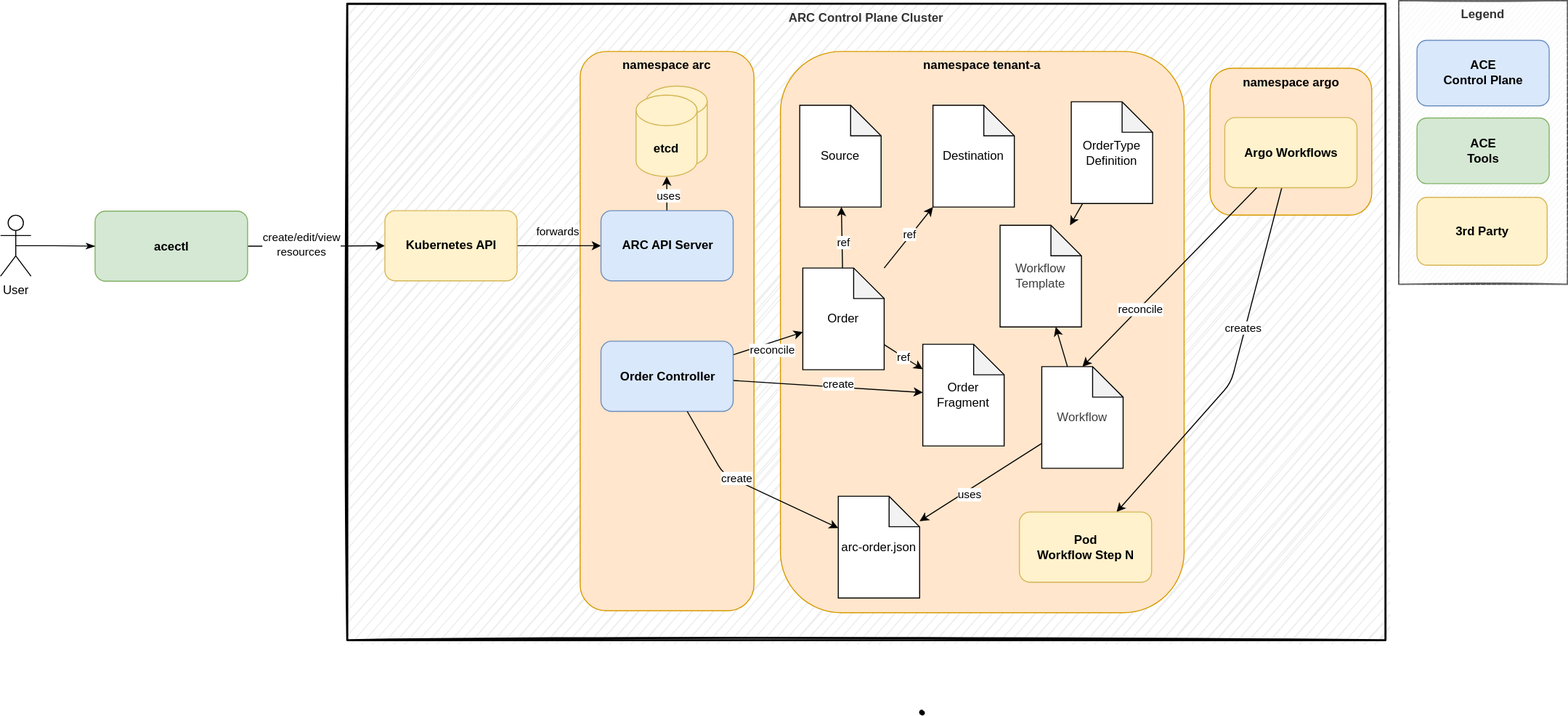
Before: docs/developer-guide/adrs/img/0-arc-architecture.drawio.svg, a diagram exported from draw.io (opendefensecloud/artifact-conduit). Source tidied: cells renumbered, new cells last; positions are measured from the earlier drawing's top-left corner, leaving out a move shared by most shapes. Source of this version:
```xml
<mxGraphModel background="#ffffff">
  <root>
    <mxCell id="0" />
    <mxCell id="1" parent="0" />
    <mxCell id="2" value="ARC Control Plane Cluster" style="rounded=0;whiteSpace=wrap;html=1;horizontal=1;verticalAlign=top;fontStyle=1;align=center;labelPosition=center;verticalLabelPosition=middle;strokeWidth=2;labelBackgroundColor=none;shadow=0;sketch=1;fillColor=#EDEDED;strokeColor=default;fontColor=#333333;fillStyle=hachure;" parent="1" vertex="1">
      <mxGeometry x="341" y="3" width="1021" height="626" as="geometry" />
    </mxCell>
    <mxCell id="3" value="namespace argo" style="rounded=1;whiteSpace=wrap;html=1;fillColor=#ffe6cc;strokeColor=#d79b00;verticalAlign=top;fontStyle=1;" parent="1" vertex="1">
      <mxGeometry x="1189.5" y="66.5" width="159" height="144.5" as="geometry" />
    </mxCell>
    <mxCell id="4" value="namespace tenant-a" style="rounded=1;whiteSpace=wrap;html=1;fillColor=#ffe6cc;strokeColor=#d79b00;verticalAlign=top;fontStyle=1;" parent="1" vertex="1">
      <mxGeometry x="767" y="50" width="397" height="552" as="geometry" />
    </mxCell>
    <mxCell id="5" value="namespace arc" style="rounded=1;whiteSpace=wrap;html=1;fillColor=#ffe6cc;strokeColor=#d79b00;verticalAlign=top;fontStyle=1;" parent="1" vertex="1">
      <mxGeometry x="570" y="50" width="171" height="550" as="geometry" />
    </mxCell>
    <mxCell id="6" style="edgeStyle=orthogonalEdgeStyle;jettySize=auto;html=1;entryX=0;entryY=0.5;entryDx=0;entryDy=0;" parent="1" edge="1" source="8" target="22">
      <mxGeometry relative="1" as="geometry" />
    </mxCell>
    <mxCell id="7" value="&lt;div&gt;create/edit/view&lt;/div&gt;&lt;div&gt;resources&lt;/div&gt;" style="edgeLabel;html=1;align=center;verticalAlign=middle;" parent="6" vertex="1">
      <mxGeometry x="-0.23" y="3" relative="1" as="geometry">
        <mxPoint y="1" as="offset" />
      </mxGeometry>
    </mxCell>
    <mxCell id="8" value="&lt;div&gt;acectl&lt;/div&gt;" style="html=1;align=center;fillColor=#d5e8d4;strokeColor=#82b366;fontStyle=1;rounded=1;" parent="1" vertex="1">
      <mxGeometry x="93" y="207" width="150" height="69" as="geometry" />
    </mxCell>
    <mxCell id="9" style="edgeStyle=orthogonalEdgeStyle;orthogonalLoop=1;jettySize=auto;html=1;entryX=0;entryY=0.5;entryDx=0;entryDy=0;" parent="1" edge="1">
      <mxGeometry relative="1" as="geometry">
        <mxPoint x="1240" y="641.9" as="sourcePoint" />
      </mxGeometry>
    </mxCell>
    <mxCell id="10" style="edgeStyle=orthogonalEdgeStyle;jettySize=auto;html=1;entryX=0;entryY=0.5;entryDx=0;entryDy=0;endArrow=classicThin;endFill=1;exitX=0.5;exitY=0.5;exitDx=0;exitDy=0;exitPerimeter=0;" parent="1" edge="1" source="11" target="8">
      <mxGeometry relative="1" as="geometry" />
    </mxCell>
    <mxCell id="11" value="User" style="shape=umlActor;verticalLabelPosition=bottom;labelBackgroundColor=#ffffff;verticalAlign=top;html=1;align=center;rounded=1;" parent="1" vertex="1">
      <mxGeometry y="211.1" width="30" height="60" as="geometry" />
    </mxCell>
    <mxCell id="12" style="edgeStyle=orthogonalEdgeStyle;jumpStyle=arc;orthogonalLoop=1;jettySize=auto;html=1;exitX=0.5;exitY=0;exitDx=0;exitDy=0;entryX=0;entryY=0.5;entryDx=0;entryDy=0;entryPerimeter=0;endArrow=none;endFill=0;dashed=1;" parent="1" edge="1">
      <mxGeometry relative="1" as="geometry">
        <mxPoint x="881" y="451" as="sourcePoint" />
      </mxGeometry>
    </mxCell>
    <mxCell id="13" value="CRUD" style="edgeLabel;html=1;align=center;verticalAlign=middle;rounded=1;" parent="12" vertex="1">
      <mxGeometry x="-0.61" y="-2" relative="1" as="geometry" />
    </mxCell>
    <mxCell id="14" style="edgeStyle=orthogonalEdgeStyle;jumpStyle=arc;orthogonalLoop=1;jettySize=auto;html=1;entryX=0.5;entryY=0;entryDx=0;entryDy=0;dashed=1;endArrow=none;endFill=0;" parent="1" edge="1">
      <mxGeometry relative="1" as="geometry">
        <mxPoint x="1057" y="369" as="sourcePoint" />
        <Array as="points">
          <mxPoint x="1092" y="369" />
        </Array>
      </mxGeometry>
    </mxCell>
    <mxCell id="15" value="consumes" style="edgeLabel;html=1;align=center;verticalAlign=middle;rounded=1;" parent="14" vertex="1">
      <mxGeometry x="0.55" y="-1" relative="1" as="geometry" />
    </mxCell>
    <mxCell id="16" style="edgeStyle=orthogonalEdgeStyle;jumpStyle=none;orthogonalLoop=1;jettySize=auto;html=1;entryX=0;entryY=0.5;entryDx=0;entryDy=0;endArrow=classic;endFill=1;" parent="1" edge="1">
      <mxGeometry relative="1" as="geometry">
        <mxPoint x="1240" y="375.9" as="sourcePoint" />
      </mxGeometry>
    </mxCell>
    <mxCell id="17" style="edgeStyle=orthogonalEdgeStyle;orthogonalLoop=1;jettySize=auto;html=1;entryX=0;entryY=0.5;entryDx=0;entryDy=0;" parent="1" edge="1">
      <mxGeometry relative="1" as="geometry">
        <mxPoint x="1240" y="460.9" as="sourcePoint" />
      </mxGeometry>
    </mxCell>
    <mxCell id="18" style="edgeStyle=orthogonalEdgeStyle;orthogonalLoop=1;jettySize=auto;html=1;entryX=0;entryY=0.5;entryDx=0;entryDy=0;" parent="1" edge="1">
      <mxGeometry relative="1" as="geometry">
        <mxPoint x="1240" y="550.9" as="sourcePoint" />
      </mxGeometry>
    </mxCell>
    <mxCell id="19" style="edgeStyle=orthogonalEdgeStyle;shape=connector;rounded=1;jumpStyle=arc;orthogonalLoop=1;jettySize=auto;html=1;labelBackgroundColor=default;fontFamily=Helvetica;fontSize=11;fontColor=default;endArrow=classic;strokeColor=default;" parent="1" edge="1">
      <mxGeometry relative="1" as="geometry">
        <mxPoint x="814" y="514.6" as="sourcePoint" />
      </mxGeometry>
    </mxCell>
    <mxCell id="20" style="edgeStyle=orthogonalEdgeStyle;rounded=0;jettySize=auto;html=1;" parent="1" edge="1" source="22" target="46">
      <mxGeometry relative="1" as="geometry" />
    </mxCell>
    <mxCell id="21" value="forwards" style="edgeLabel;html=1;align=center;verticalAlign=middle;" parent="20" vertex="1">
      <mxGeometry x="-0.38" y="-2" relative="1" as="geometry">
        <mxPoint x="14" y="-17" as="offset" />
      </mxGeometry>
    </mxCell>
    <mxCell id="22" value="&lt;div&gt;Kubernetes API&lt;/div&gt;" style="html=1;align=center;fillColor=#fff2cc;strokeColor=#d6b656;fontStyle=1;rounded=1;" parent="1" vertex="1">
      <mxGeometry x="378" y="206.6" width="130" height="69" as="geometry" />
    </mxCell>
    <mxCell id="23" style="edgeStyle=orthogonalEdgeStyle;rounded=0;orthogonalLoop=1;jettySize=auto;html=1;exitX=0.5;exitY=1;exitDx=0;exitDy=0;" parent="1" edge="1" source="2" target="2">
      <mxGeometry relative="1" as="geometry" />
    </mxCell>
    <mxCell id="24" style="group;fillColor=none;strokeColor=default;" parent="1" vertex="1">
      <mxGeometry x="1375" width="166" height="279" as="geometry" />
    </mxCell>
    <mxCell id="25" value="Legend" style="whiteSpace=wrap;html=1;verticalAlign=top;align=center;fontStyle=1;glass=0;shadow=0;rounded=0;sketch=1;fillColor=#f5f5f5;strokeColor=#666666;fontColor=#333333;" parent="24" vertex="1">
      <mxGeometry width="166" height="279" as="geometry" />
    </mxCell>
    <mxCell id="26" value="3rd Party" style="html=1;align=center;fillColor=#fff2cc;strokeColor=#d6b656;fontStyle=1;rounded=1;" parent="24" vertex="1">
      <mxGeometry x="18" y="193.5" width="128" height="66.8" as="geometry" />
    </mxCell>
    <mxCell id="27" value="&lt;div&gt;ACE&lt;/div&gt;&lt;div&gt;Tools&lt;br&gt;&lt;/div&gt;" style="html=1;align=center;fillColor=#d5e8d4;strokeColor=#82b366;fontStyle=1;rounded=1;" parent="24" vertex="1">
      <mxGeometry x="18" y="115.5" width="130" height="64.5" as="geometry" />
    </mxCell>
    <mxCell id="28" value="&lt;div&gt;ACE&lt;br&gt;&lt;/div&gt;&lt;div&gt;Control Plane&lt;/div&gt;" style="html=1;align=center;fillColor=#dae8fc;strokeColor=#6c8ebf;fontStyle=1;rounded=1;" parent="24" vertex="1">
      <mxGeometry x="18" y="39" width="130" height="64.5" as="geometry" />
    </mxCell>
    <mxCell id="29" style="edgeStyle=orthogonalEdgeStyle;rounded=0;orthogonalLoop=1;jettySize=auto;html=1;exitX=0.5;exitY=1;exitDx=0;exitDy=0;" parent="24" edge="1" source="27" target="27">
      <mxGeometry x="-501" y="-91" as="geometry" />
    </mxCell>
    <mxCell id="30" style="edgeStyle=none;html=1;" parent="1" edge="1" source="34" target="43">
      <mxGeometry relative="1" as="geometry" />
    </mxCell>
    <mxCell id="31" value="reconcile" style="edgeLabel;html=1;align=center;verticalAlign=middle;" parent="30" vertex="1">
      <mxGeometry x="-0.46" y="-3" relative="1" as="geometry">
        <mxPoint x="19" y="-2" as="offset" />
      </mxGeometry>
    </mxCell>
    <mxCell id="32" style="edgeStyle=none;html=1;" parent="1" edge="1" source="34" target="67">
      <mxGeometry relative="1" as="geometry" />
    </mxCell>
    <mxCell id="33" value="create" style="edgeLabel;html=1;align=center;verticalAlign=middle;" parent="32" vertex="1">
      <mxGeometry x="0.11" y="4" relative="1" as="geometry" />
    </mxCell>
    <mxCell id="34" value="&lt;div&gt;Order Controller&lt;/div&gt;" style="html=1;align=center;fillColor=#dae8fc;strokeColor=#6c8ebf;fontStyle=1;rounded=1;" parent="1" vertex="1">
      <mxGeometry x="590.5" y="335" width="130" height="69" as="geometry" />
    </mxCell>
    <mxCell id="35" style="edgeStyle=none;html=1;" parent="1" edge="1" source="34" target="59">
      <mxGeometry relative="1" as="geometry">
        <Array as="points">
          <mxPoint x="711" y="466" />
        </Array>
      </mxGeometry>
    </mxCell>
    <mxCell id="36" value="create" style="edgeLabel;html=1;align=center;verticalAlign=middle;" parent="35" vertex="1">
      <mxGeometry x="-0.15" y="2" relative="1" as="geometry" />
    </mxCell>
    <mxCell id="37" style="edgeStyle=none;html=1;" parent="1" edge="1" source="43" target="50">
      <mxGeometry relative="1" as="geometry" />
    </mxCell>
    <mxCell id="38" value="ref" style="edgeLabel;html=1;align=center;verticalAlign=middle;" parent="37" vertex="1">
      <mxGeometry x="-0.18" y="-1" relative="1" as="geometry" />
    </mxCell>
    <mxCell id="39" style="edgeStyle=none;html=1;" parent="1" edge="1" source="43" target="51">
      <mxGeometry relative="1" as="geometry" />
    </mxCell>
    <mxCell id="40" value="ref" style="edgeLabel;html=1;align=center;verticalAlign=middle;" parent="39" vertex="1">
      <mxGeometry x="0.07" y="2" relative="1" as="geometry" />
    </mxCell>
    <mxCell id="41" style="edgeStyle=none;html=1;" parent="1" edge="1" source="43" target="67">
      <mxGeometry relative="1" as="geometry" />
    </mxCell>
    <mxCell id="42" value="ref" style="edgeLabel;html=1;align=center;verticalAlign=middle;" parent="41" vertex="1">
      <mxGeometry x="-0.01" relative="1" as="geometry" />
    </mxCell>
    <mxCell id="43" value="&lt;div&gt;Order&lt;/div&gt;" style="shape=note;whiteSpace=wrap;html=1;backgroundOutline=1;darkOpacity=0.05;" parent="1" vertex="1">
      <mxGeometry x="789" y="263" width="80" height="100" as="geometry" />
    </mxCell>
    <mxCell id="44" style="edgeStyle=none;html=1;" parent="1" edge="1" source="46" target="49">
      <mxGeometry relative="1" as="geometry" />
    </mxCell>
    <mxCell id="45" value="uses" style="edgeLabel;html=1;align=center;verticalAlign=middle;" parent="44" vertex="1">
      <mxGeometry x="-0.36" y="1" relative="1" as="geometry">
        <mxPoint x="2" y="-4" as="offset" />
      </mxGeometry>
    </mxCell>
    <mxCell id="46" value="&lt;div&gt;ARC API Server&lt;/div&gt;" style="html=1;align=center;fillColor=#dae8fc;strokeColor=#6c8ebf;fontStyle=1;rounded=1;" parent="1" vertex="1">
      <mxGeometry x="590.5" y="206.6" width="130" height="69" as="geometry" />
    </mxCell>
    <mxCell id="47" style="group;" parent="1" vertex="1">
      <mxGeometry x="625" y="84" width="70" height="89" as="geometry" />
    </mxCell>
    <mxCell id="48" value="etcd" style="shape=cylinder3;whiteSpace=wrap;html=1;boundedLbl=1;backgroundOutline=1;size=15;rounded=1;strokeColor=#d6b656;align=center;verticalAlign=middle;fontFamily=Helvetica;fontSize=12;fontColor=default;fontStyle=1;fillColor=#fff2cc;" parent="47" vertex="1">
      <mxGeometry x="10" width="60" height="80" as="geometry" />
    </mxCell>
    <mxCell id="49" value="etcd" style="shape=cylinder3;whiteSpace=wrap;html=1;boundedLbl=1;backgroundOutline=1;size=15;rounded=1;strokeColor=#d6b656;align=center;verticalAlign=middle;fontFamily=Helvetica;fontSize=12;fontColor=default;fontStyle=1;fillColor=#fff2cc;" parent="47" vertex="1">
      <mxGeometry y="9" width="60" height="80" as="geometry" />
    </mxCell>
    <mxCell id="50" value="&lt;div&gt;Source&lt;/div&gt;" style="shape=note;whiteSpace=wrap;html=1;backgroundOutline=1;darkOpacity=0.05;" parent="1" vertex="1">
      <mxGeometry x="786" y="103" width="80" height="100" as="geometry" />
    </mxCell>
    <mxCell id="51" value="&lt;div&gt;Destination&lt;/div&gt;" style="shape=note;whiteSpace=wrap;html=1;backgroundOutline=1;darkOpacity=0.05;" parent="1" vertex="1">
      <mxGeometry x="917" y="103" width="80" height="100" as="geometry" />
    </mxCell>
    <mxCell id="52" style="edgeStyle=none;html=1;" parent="1" edge="1" source="54" target="62">
      <mxGeometry relative="1" as="geometry">
        <Array as="points">
          <mxPoint x="1210" y="376" />
        </Array>
      </mxGeometry>
    </mxCell>
    <mxCell id="53" value="creates" style="edgeLabel;html=1;align=center;verticalAlign=middle;" parent="52" vertex="1">
      <mxGeometry x="-0.22" y="-3" relative="1" as="geometry" />
    </mxCell>
    <mxCell id="54" value="&lt;div&gt;Argo Workflows&lt;/div&gt;" style="html=1;align=center;fillColor=#fff2cc;strokeColor=#d6b656;fontStyle=1;rounded=1;" parent="1" vertex="1">
      <mxGeometry x="1204" y="115" width="130" height="69" as="geometry" />
    </mxCell>
    <mxCell id="55" style="edgeStyle=none;html=1;entryX=0.5;entryY=0;entryDx=0;entryDy=0;entryPerimeter=0;" parent="1" edge="1" source="54" target="65">
      <mxGeometry relative="1" as="geometry" />
    </mxCell>
    <mxCell id="56" value="reconcile" style="edgeLabel;html=1;align=center;verticalAlign=middle;" parent="55" vertex="1">
      <mxGeometry x="0.36" y="1" relative="1" as="geometry" />
    </mxCell>
    <mxCell id="57" style="edgeStyle=none;html=1;" parent="1" edge="1" source="58" target="63">
      <mxGeometry relative="1" as="geometry" />
    </mxCell>
    <mxCell id="58" value="&lt;div&gt;OrderType&lt;/div&gt;&lt;div&gt;Definition&lt;/div&gt;" style="shape=note;whiteSpace=wrap;html=1;backgroundOutline=1;darkOpacity=0.05;" parent="1" vertex="1">
      <mxGeometry x="1053" y="99.5" width="80" height="100" as="geometry" />
    </mxCell>
    <mxCell id="59" value="&lt;div&gt;arc-order.json&lt;/div&gt;" style="shape=note;whiteSpace=wrap;html=1;backgroundOutline=1;darkOpacity=0.05;" parent="1" vertex="1">
      <mxGeometry x="823.9" y="487.5" width="80" height="100" as="geometry" />
    </mxCell>
    <mxCell id="60" style="edgeStyle=none;html=1;" parent="1" edge="1" source="65" target="59">
      <mxGeometry relative="1" as="geometry" />
    </mxCell>
    <mxCell id="61" value="uses" style="edgeLabel;html=1;align=center;verticalAlign=middle;" parent="60" vertex="1">
      <mxGeometry x="0.22" y="4" relative="1" as="geometry" />
    </mxCell>
    <mxCell id="62" value="Pod&lt;div&gt;Workflow Step N&lt;/div&gt;" style="html=1;align=center;fillColor=#fff2cc;strokeColor=#d6b656;fontStyle=1;rounded=1;" parent="1" vertex="1">
      <mxGeometry x="1002" y="503" width="130" height="69" as="geometry" />
    </mxCell>
    <mxCell id="63" value="&lt;div&gt;&lt;span style=&quot;color: rgb(63, 63, 63); background-color: transparent;&quot;&gt;Workflow&lt;/span&gt;&lt;/div&gt;&lt;div&gt;&lt;span style=&quot;color: rgb(63, 63, 63); background-color: transparent;&quot;&gt;Template&lt;/span&gt;&lt;/div&gt;" style="shape=note;whiteSpace=wrap;html=1;backgroundOutline=1;darkOpacity=0.05;" parent="1" vertex="1">
      <mxGeometry x="983" y="221" width="80" height="100" as="geometry" />
    </mxCell>
    <mxCell id="64" style="edgeStyle=none;html=1;" parent="1" edge="1" source="65" target="63">
      <mxGeometry relative="1" as="geometry" />
    </mxCell>
    <mxCell id="65" value="&lt;div&gt;&lt;span style=&quot;color: rgb(63, 63, 63); background-color: transparent;&quot;&gt;Workflow&lt;/span&gt;&lt;/div&gt;" style="shape=note;whiteSpace=wrap;html=1;backgroundOutline=1;darkOpacity=0.05;" parent="1" vertex="1">
      <mxGeometry x="1024" y="360" width="80" height="100" as="geometry" />
    </mxCell>
    <mxCell id="66" style="shape=(stored shape, 640 characters);lineShape=1;strokeColor=default;" parent="1" vertex="1">
      <mxGeometry x="903.9" y="697.9" width="4.7" height="4.7" as="geometry" />
    </mxCell>
    <mxCell id="67" value="Order&lt;div&gt;Fragment&lt;/div&gt;" style="shape=note;whiteSpace=wrap;html=1;backgroundOutline=1;darkOpacity=0.05;" parent="1" vertex="1">
      <mxGeometry x="907" y="338" width="80" height="100" as="geometry" />
    </mxCell>
  </root>
</mxGraphModel>
```
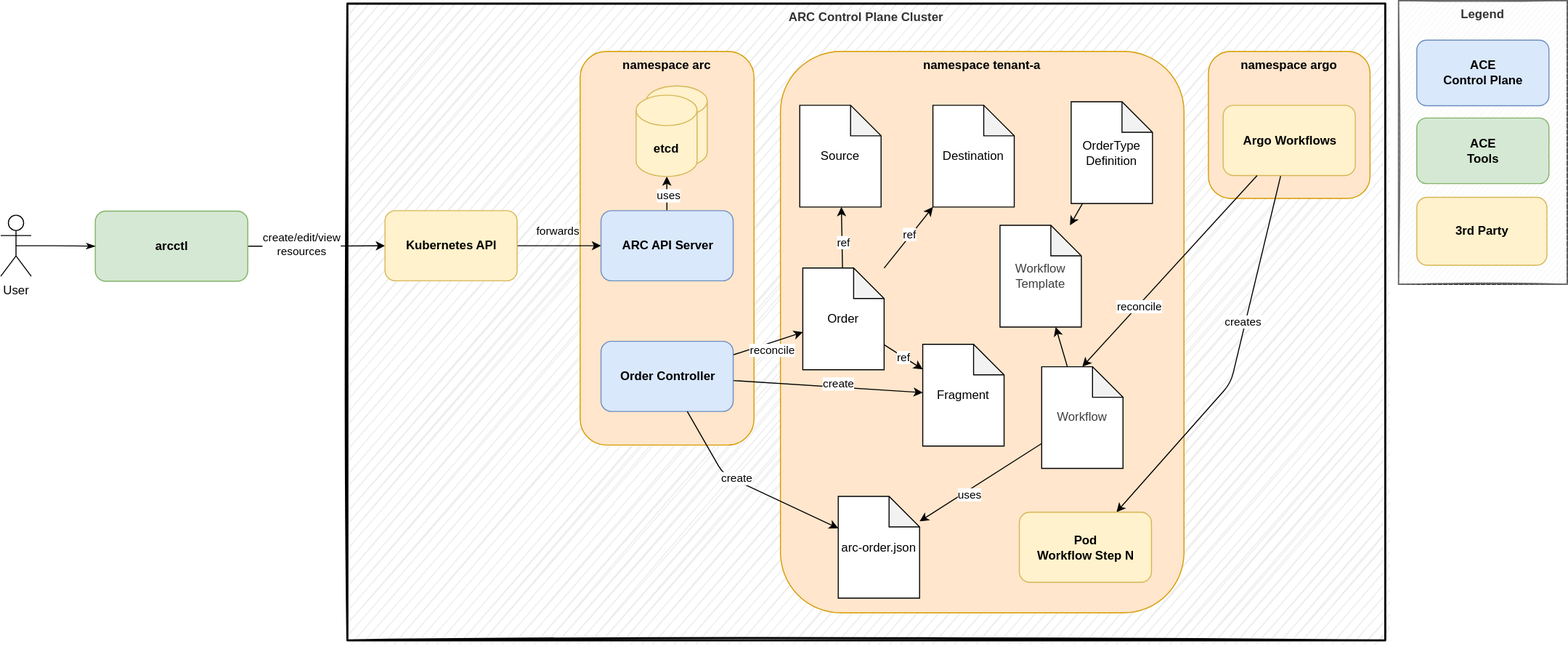
Above is the later version.

Commit message:
add diagram of considered flavors and enrich docs

What changed in the source:
```diff
@@ -6,13 +6,13 @@
       <mxGeometry x="341" y="3" width="1021" height="626" as="geometry" />
     </mxCell>
     <mxCell id="3" value="namespace argo" style="rounded=1;whiteSpace=wrap;html=1;fillColor=#ffe6cc;strokeColor=#d79b00;verticalAlign=top;fontStyle=1;" parent="1" vertex="1">
-      <mxGeometry x="1189.5" y="66.5" width="159" height="144.5" as="geometry" />
+      <mxGeometry x="1188" y="50" width="159" height="144.5" as="geometry" />
     </mxCell>
     <mxCell id="4" value="namespace tenant-a" style="rounded=1;whiteSpace=wrap;html=1;fillColor=#ffe6cc;strokeColor=#d79b00;verticalAlign=top;fontStyle=1;" parent="1" vertex="1">
       <mxGeometry x="767" y="50" width="397" height="552" as="geometry" />
     </mxCell>
     <mxCell id="5" value="namespace arc" style="rounded=1;whiteSpace=wrap;html=1;fillColor=#ffe6cc;strokeColor=#d79b00;verticalAlign=top;fontStyle=1;" parent="1" vertex="1">
-      <mxGeometry x="570" y="50" width="171" height="550" as="geometry" />
+      <mxGeometry x="570" y="50" width="171" height="387" as="geometry" />
     </mxCell>
     <mxCell id="6" style="edgeStyle=orthogonalEdgeStyle;jettySize=auto;html=1;entryX=0;entryY=0.5;entryDx=0;entryDy=0;" parent="1" edge="1" source="8" target="22">
       <mxGeometry relative="1" as="geometry" />
@@ -22,7 +22,7 @@
         <mxPoint y="1" as="offset" />
       </mxGeometry>
     </mxCell>
-    <mxCell id="8" value="&lt;div&gt;acectl&lt;/div&gt;" style="html=1;align=center;fillColor=#d5e8d4;strokeColor=#82b366;fontStyle=1;rounded=1;" parent="1" vertex="1">
+    <mxCell id="8" value="&lt;div&gt;arcctl&lt;/div&gt;" style="html=1;align=center;fillColor=#d5e8d4;strokeColor=#82b366;fontStyle=1;rounded=1;" parent="1" vertex="1">
       <mxGeometry x="93" y="207" width="150" height="69" as="geometry" />
     </mxCell>
     <mxCell id="9" style="edgeStyle=orthogonalEdgeStyle;orthogonalLoop=1;jettySize=auto;html=1;entryX=0;entryY=0.5;entryDx=0;entryDy=0;" parent="1" edge="1">
@@ -192,7 +192,7 @@
       <mxGeometry x="-0.22" y="-3" relative="1" as="geometry" />
     </mxCell>
     <mxCell id="54" value="&lt;div&gt;Argo Workflows&lt;/div&gt;" style="html=1;align=center;fillColor=#fff2cc;strokeColor=#d6b656;fontStyle=1;rounded=1;" parent="1" vertex="1">
-      <mxGeometry x="1204" y="115" width="130" height="69" as="geometry" />
+      <mxGeometry x="1202.5" y="103" width="130" height="69" as="geometry" />
     </mxCell>
     <mxCell id="55" style="edgeStyle=none;html=1;entryX=0.5;entryY=0;entryDx=0;entryDy=0;entryPerimeter=0;" parent="1" edge="1" source="54" target="65">
       <mxGeometry relative="1" as="geometry" />
@@ -227,10 +227,7 @@
     <mxCell id="65" value="&lt;div&gt;&lt;span style=&quot;color: rgb(63, 63, 63); background-color: transparent;&quot;&gt;Workflow&lt;/span&gt;&lt;/div&gt;" style="shape=note;whiteSpace=wrap;html=1;backgroundOutline=1;darkOpacity=0.05;" parent="1" vertex="1">
       <mxGeometry x="1024" y="360" width="80" height="100" as="geometry" />
     </mxCell>
-    <mxCell id="66" style="shape=(stored shape, 640 characters);lineShape=1;strokeColor=default;" parent="1" vertex="1">
-      <mxGeometry x="903.9" y="697.9" width="4.7" height="4.7" as="geometry" />
-    </mxCell>
-    <mxCell id="67" value="Order&lt;div&gt;Fragment&lt;/div&gt;" style="shape=note;whiteSpace=wrap;html=1;backgroundOutline=1;darkOpacity=0.05;" parent="1" vertex="1">
+    <mxCell id="67" value="&lt;div&gt;Fragment&lt;/div&gt;" style="shape=note;whiteSpace=wrap;html=1;backgroundOutline=1;darkOpacity=0.05;" parent="1" vertex="1">
       <mxGeometry x="907" y="338" width="80" height="100" as="geometry" />
     </mxCell>
   </root>
```
